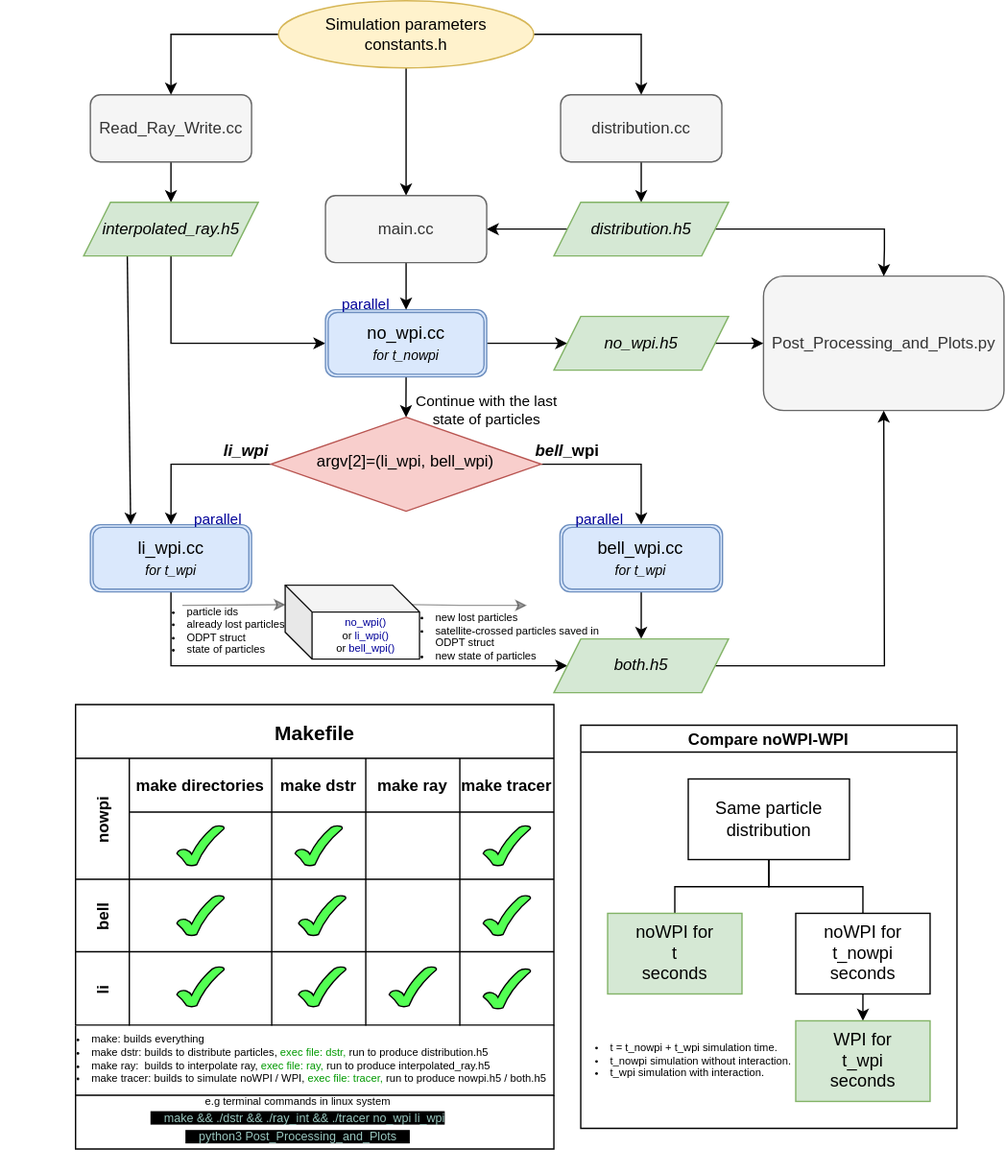
Vasichar11/Particle-Tracing-Earth keeps this draw.io diagram as More/code.drawio.svg. Above is the earlier version. Source tidied: cells renumbered, new cells last; positions are measured from the earlier drawing's top-left corner, leaving out a move shared by most shapes.
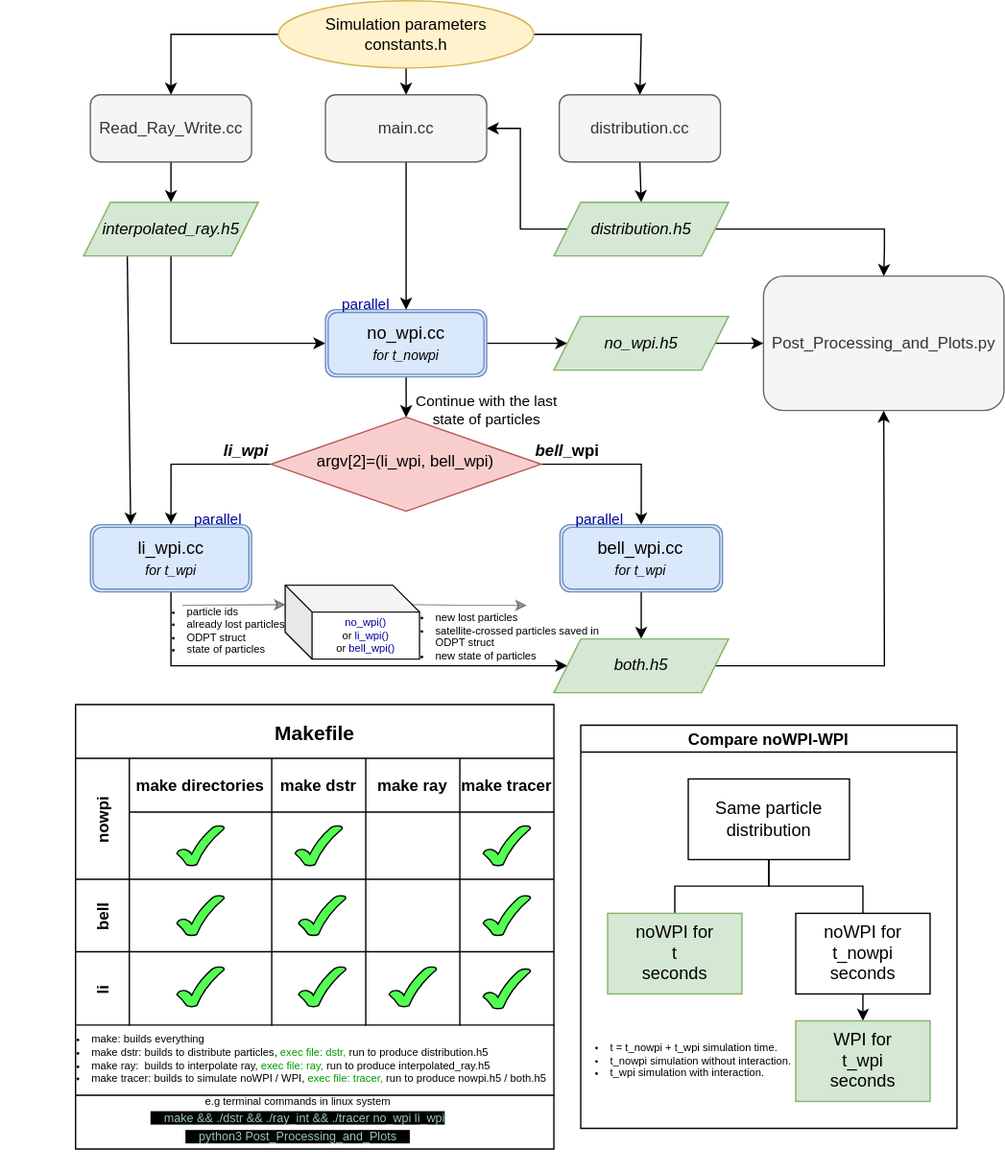
Later version of the same file.

What changed in the source:
```diff
@@ -22,7 +22,7 @@
       <mxGeometry relative="1" as="geometry" />
     </mxCell>
     <mxCell id="7" value="&lt;div&gt;&lt;a href=&quot;https://github.com/Vasichar11/Particle-Tracing-Earth/blob/main/Telescope/src/distribution/distribution.cc&quot;&gt;distribution.cc&lt;/a&gt;&lt;br&gt;&lt;/div&gt;" style="rounded=1;whiteSpace=wrap;html=1;fontSize=12;glass=0;strokeWidth=1;shadow=0;fillColor=#f5f5f5;fontColor=#333333;strokeColor=#666666;" parent="1" vertex="1">
-      <mxGeometry x="416.8" y="70" width="120" height="50" as="geometry" />
+      <mxGeometry x="415.8" y="70" width="120" height="50" as="geometry" />
     </mxCell>
     <mxCell id="8" style="edgeStyle=orthogonalEdgeStyle;rounded=0;jettySize=auto;html=1;exitX=0.5;exitY=1;exitDx=0;exitDy=0;fontSize=12;" parent="1" edge="1" target="11">
       <mxGeometry relative="1" as="geometry">
@@ -61,7 +61,7 @@
         </Array>
       </mxGeometry>
     </mxCell>
-    <mxCell id="17" style="edgeStyle=none;rounded=0;jettySize=auto;html=1;exitX=0.5;exitY=1;exitDx=0;exitDy=0;entryX=0.5;entryY=0;entryDx=0;entryDy=0;fontSize=8;" parent="1" edge="1" source="18" target="78">
+    <mxCell id="17" style="edgeStyle=orthogonalEdgeStyle;rounded=0;jettySize=auto;html=1;exitX=0.5;exitY=1;exitDx=0;exitDy=0;entryX=0.5;entryY=0;entryDx=0;entryDy=0;" parent="1" edge="1" source="18" target="78">
       <mxGeometry relative="1" as="geometry" />
     </mxCell>
     <mxCell id="18" value="&lt;div&gt;Simulation parameters&lt;br&gt;&lt;/div&gt;&lt;div&gt;&lt;a href=&quot;https://github.com/Vasichar11/Particle-Tracing-Earth/blob/main/Telescope/src/headers/constants.h&quot;&gt;constants.h&lt;/a&gt;&lt;/div&gt;" style="ellipse;whiteSpace=wrap;html=1;fontSize=12;fillColor=#fff2cc;strokeColor=#d6b656;" parent="1" vertex="1">
@@ -88,7 +88,7 @@
         </Array>
       </mxGeometry>
     </mxCell>
-    <mxCell id="23" style="edgeStyle=none;rounded=0;jettySize=auto;html=1;exitX=0;exitY=0.5;exitDx=0;exitDy=0;entryX=1;entryY=0.5;entryDx=0;entryDy=0;fontSize=8;" parent="1" edge="1" source="24" target="78">
+    <mxCell id="23" style="edgeStyle=orthogonalEdgeStyle;rounded=0;jettySize=auto;html=1;exitX=0;exitY=0.5;exitDx=0;exitDy=0;entryX=1;entryY=0.5;entryDx=0;entryDy=0;" parent="1" edge="1" source="24" target="78">
       <mxGeometry relative="1" as="geometry" />
     </mxCell>
     <mxCell id="24" value="&lt;div&gt;&lt;font style=&quot;font-size: 12px&quot;&gt;&lt;i&gt;&lt;font style=&quot;font-size: 12px&quot;&gt;distribution.h5&lt;br&gt;&lt;/font&gt;&lt;/i&gt;&lt;/font&gt;&lt;/div&gt;" style="shape=parallelogram;perimeter=parallelogramPerimeter;whiteSpace=wrap;html=1;fixedSize=1;fontSize=12;fillColor=#d5e8d4;strokeColor=#82b366;" parent="1" vertex="1">
@@ -271,12 +271,6 @@
     <mxCell id="76" value="&lt;i&gt;both.h5&lt;/i&gt;" style="shape=parallelogram;perimeter=parallelogramPerimeter;whiteSpace=wrap;html=1;fixedSize=1;fontSize=12;fillColor=#d5e8d4;strokeColor=#82b366;" parent="1" vertex="1">
       <mxGeometry x="411.8" y="475" width="130" height="40" as="geometry" />
     </mxCell>
-    <mxCell id="77" style="edgeStyle=none;rounded=0;jettySize=auto;html=1;exitX=0.5;exitY=1;exitDx=0;exitDy=0;entryX=0.5;entryY=0;entryDx=0;entryDy=0;fontSize=8;" parent="1" edge="1" source="78" target="68">
-      <mxGeometry relative="1" as="geometry" />
-    </mxCell>
-    <mxCell id="78" value="&lt;a href=&quot;https://github.com/Vasichar11/Particle-Tracing-Earth/blob/main/Telescope/src/tracer/main.cc&quot;&gt;main.cc&lt;/a&gt;" style="rounded=1;whiteSpace=wrap;html=1;fontSize=12;glass=0;strokeWidth=1;shadow=0;fillColor=#f5f5f5;strokeColor=#666666;fontColor=#333333;" parent="1" vertex="1">
-      <mxGeometry x="241.8" y="145" width="120" height="50" as="geometry" />
-    </mxCell>
     <mxCell id="79" value="&lt;ul&gt;&lt;li&gt;make: builds everything&lt;/li&gt;&lt;li&gt;make dstr: builds to distribute particles, &lt;font color=&quot;#009900&quot;&gt;exec file: dstr, &lt;font color=&quot;#000000&quot;&gt;run to produce distribution.h5&lt;/font&gt;&lt;br&gt;&lt;/font&gt;&lt;/li&gt;&lt;li&gt;make ray:&amp;nbsp; builds to interpolate ray, &lt;font color=&quot;#009900&quot;&gt;exec file: ray, &lt;/font&gt;run to produce interpolated_ray.h5&lt;br&gt;&lt;/li&gt;&lt;li&gt;make tracer: builds to simulate noWPI / WPI, &lt;font color=&quot;#009900&quot;&gt;exec file: tracer,&lt;font color=&quot;#000000&quot;&gt; run to produce nowpi.h5 / both.h5&lt;/font&gt;&lt;br&gt;&lt;/font&gt;&lt;/li&gt;&lt;/ul&gt;" style="text;html=1;strokeColor=none;fillColor=none;align=left;verticalAlign=middle;whiteSpace=wrap;rounded=0;fontSize=8;" parent="1" vertex="1">
       <mxGeometry x="26.2" y="762.4" width="390" height="51.5" as="geometry" />
     </mxCell>
@@ -299,5 +293,11 @@
     <mxCell id="83" value="&lt;a href=&quot;https://github.com/Vasichar11/Particle-Tracing-Earth/blob/main/Telescope/Makefile&quot;&gt;&lt;b&gt;&lt;font style=&quot;font-size: 15px&quot;&gt;Makefile&lt;/font&gt;&lt;/b&gt;&lt;/a&gt;" style="text;html=1;strokeColor=none;fillColor=none;align=center;verticalAlign=middle;whiteSpace=wrap;rounded=0;labelBackgroundColor=none;fontSize=10;fontColor=#000000;opacity=30;" parent="1" vertex="1">
       <mxGeometry x="203.8" y="530" width="60" height="30" as="geometry" />
     </mxCell>
+    <mxCell id="77" style="edgeStyle=orthogonalEdgeStyle;rounded=0;jettySize=auto;html=1;exitX=0.5;exitY=1;exitDx=0;exitDy=0;entryX=0.5;entryY=0;entryDx=0;entryDy=0;" parent="1" edge="1" source="78" target="68">
+      <mxGeometry relative="1" as="geometry" />
+    </mxCell>
+    <mxCell id="78" value="&lt;a href=&quot;https://github.com/Vasichar11/Particle-Tracing-Earth/blob/main/Telescope/src/tracer/main.cc&quot;&gt;main.cc&lt;/a&gt;" style="rounded=1;whiteSpace=wrap;html=1;fontSize=12;glass=0;strokeWidth=1;shadow=0;fillColor=#f5f5f5;fontColor=#333333;strokeColor=#666666;" parent="1" vertex="1">
+      <mxGeometry x="241.8" y="70" width="120" height="50" as="geometry" />
+    </mxCell>
   </root>
 </mxGraphModel>
```
